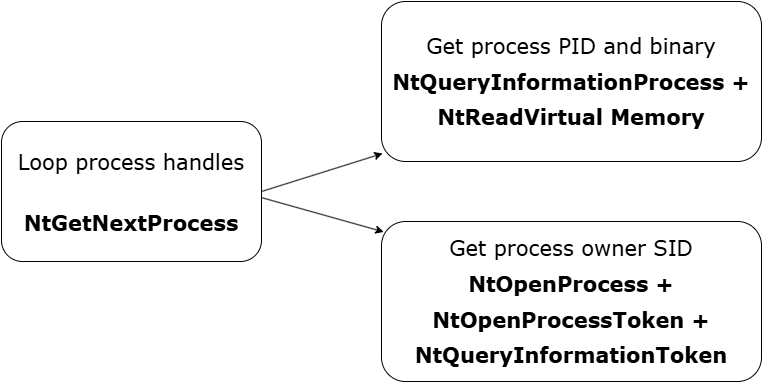
Above: images/nativetokenstealer/esquema2.png in ricardojoserf/ricardojoserf.github.io (draw.io), before the change. Source tidied: cells renumbered, new cells last; positions are measured from the earlier drawing's top-left corner, leaving out a move shared by most shapes. Its diagram source:
```xml
<mxGraphModel>
  <root>
    <mxCell id="0" />
    <mxCell id="1" parent="0" />
    <mxCell id="2" value="&lt;div style=&quot;line-height: 140%;&quot;&gt;&lt;font&gt;&lt;font style=&quot;line-height: 160%;&quot;&gt;&lt;font&gt;Loop process handles&lt;/font&gt;&lt;br style=&quot;border-color: var(--border-color);&quot;&gt;&lt;/font&gt;&lt;b&gt;&lt;br&gt;&lt;/b&gt;&lt;/font&gt;&lt;div&gt;&lt;span style=&quot;background-color: transparent;&quot;&gt;&lt;b&gt;NtGetNextProcess&lt;/b&gt;&lt;/span&gt;&lt;/div&gt;&lt;/div&gt;" style="rounded=1;whiteSpace=wrap;html=1;fontFamily=Verdana;fontSize=21;" parent="1" vertex="1">
      <mxGeometry y="120" width="260" height="140" as="geometry" />
    </mxCell>
    <mxCell id="3" value="&lt;div style=&quot;line-height: 170%;&quot;&gt;&lt;font&gt;Get process PID and binary&lt;/font&gt;&lt;div&gt;&lt;div&gt;&lt;b&gt;NtQueryInformationProcess&amp;nbsp;&lt;/b&gt;&lt;b style=&quot;background-color: transparent; color: light-dark(rgb(0, 0, 0), rgb(255, 255, 255));&quot;&gt;+&lt;/b&gt;&lt;/div&gt;&lt;div&gt;&lt;b style=&quot;background-color: transparent; color: light-dark(rgb(0, 0, 0), rgb(255, 255, 255));&quot;&gt;NtReadVirtual Memory&lt;/b&gt;&lt;/div&gt;&lt;/div&gt;&lt;/div&gt;" style="rounded=1;whiteSpace=wrap;html=1;fontFamily=Verdana;fontSize=21;" parent="1" vertex="1">
      <mxGeometry x="380" width="380" height="160" as="geometry" />
    </mxCell>
    <mxCell id="4" value="&lt;div style=&quot;line-height: 170%;&quot;&gt;&lt;div&gt;&lt;span style=&quot;background-color: transparent; color: light-dark(rgb(0, 0, 0), rgb(255, 255, 255));&quot;&gt;Get process owner SID&lt;/span&gt;&lt;/div&gt;&lt;div&gt;&lt;span style=&quot;background-color: transparent;&quot;&gt;&lt;b&gt;NtOpenProcess + NtOpenProcessToken + NtQueryInformationToken&lt;/b&gt;&lt;/span&gt;&lt;/div&gt;&lt;/div&gt;" style="rounded=1;whiteSpace=wrap;html=1;fontFamily=Verdana;fontSize=21;" parent="1" vertex="1">
      <mxGeometry x="380" y="220" width="380" height="160" as="geometry" />
    </mxCell>
    <mxCell id="5" style="endArrow=classic;html=1;rounded=0;entryX=0.003;entryY=0.95;entryDx=0;entryDy=0;entryPerimeter=0;exitX=1;exitY=0.5;exitDx=0;exitDy=0;" parent="1" edge="1" source="2" target="3">
      <mxGeometry relative="1" as="geometry" />
    </mxCell>
    <mxCell id="6" style="endArrow=classic;html=1;rounded=0;entryX=0.006;entryY=0.065;entryDx=0;entryDy=0;entryPerimeter=0;exitX=1.001;exitY=0.544;exitDx=0;exitDy=0;exitPerimeter=0;" parent="1" edge="1" source="2" target="4">
      <mxGeometry relative="1" as="geometry" />
    </mxCell>
  </root>
</mxGraphModel>
```
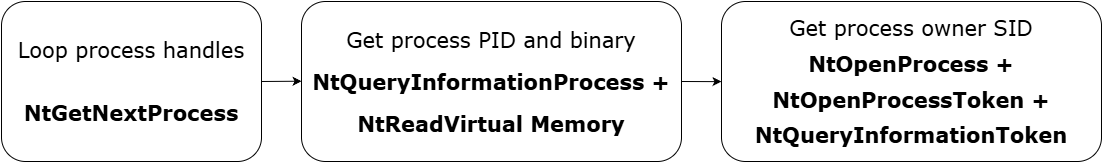
Above is the later version.

The edit, as a diff of the source:
```diff
@@ -2,20 +2,27 @@
   <root>
     <mxCell id="0" />
     <mxCell id="1" parent="0" />
-    <mxCell id="2" value="&lt;div style=&quot;line-height: 140%;&quot;&gt;&lt;font&gt;&lt;font style=&quot;line-height: 160%;&quot;&gt;&lt;font&gt;Loop process handles&lt;/font&gt;&lt;br style=&quot;border-color: var(--border-color);&quot;&gt;&lt;/font&gt;&lt;b&gt;&lt;br&gt;&lt;/b&gt;&lt;/font&gt;&lt;div&gt;&lt;span style=&quot;background-color: transparent;&quot;&gt;&lt;b&gt;NtGetNextProcess&lt;/b&gt;&lt;/span&gt;&lt;/div&gt;&lt;/div&gt;" style="rounded=1;whiteSpace=wrap;html=1;fontFamily=Verdana;fontSize=21;" parent="1" vertex="1">
-      <mxGeometry y="120" width="260" height="140" as="geometry" />
+    <mxCell id="2" value="&lt;div style=&quot;line-height: 150%;&quot;&gt;&lt;font&gt;&lt;font&gt;&lt;font&gt;Loop process handles&lt;/font&gt;&lt;br style=&quot;border-color: var(--border-color);&quot;&gt;&lt;/font&gt;&lt;b&gt;&lt;br&gt;&lt;/b&gt;&lt;/font&gt;&lt;div&gt;&lt;span style=&quot;background-color: transparent;&quot;&gt;&lt;b&gt;NtGetNextProcess&lt;/b&gt;&lt;/span&gt;&lt;/div&gt;&lt;/div&gt;" style="rounded=1;whiteSpace=wrap;html=1;fontFamily=Verdana;fontSize=21;" parent="1" vertex="1">
+      <mxGeometry x="20" y="160" width="260" height="160" as="geometry" />
     </mxCell>
-    <mxCell id="3" value="&lt;div style=&quot;line-height: 170%;&quot;&gt;&lt;font&gt;Get process PID and binary&lt;/font&gt;&lt;div&gt;&lt;div&gt;&lt;b&gt;NtQueryInformationProcess&amp;nbsp;&lt;/b&gt;&lt;b style=&quot;background-color: transparent; color: light-dark(rgb(0, 0, 0), rgb(255, 255, 255));&quot;&gt;+&lt;/b&gt;&lt;/div&gt;&lt;div&gt;&lt;b style=&quot;background-color: transparent; color: light-dark(rgb(0, 0, 0), rgb(255, 255, 255));&quot;&gt;NtReadVirtual Memory&lt;/b&gt;&lt;/div&gt;&lt;/div&gt;&lt;/div&gt;" style="rounded=1;whiteSpace=wrap;html=1;fontFamily=Verdana;fontSize=21;" parent="1" vertex="1">
-      <mxGeometry x="380" width="380" height="160" as="geometry" />
+    <mxCell id="3" value="&lt;div style=&quot;line-height: 200%;&quot;&gt;&lt;font&gt;Get process PID and binary&lt;/font&gt;&lt;div&gt;&lt;div&gt;&lt;b&gt;NtQueryInformationProcess&amp;nbsp;&lt;/b&gt;&lt;b style=&quot;background-color: transparent; color: light-dark(rgb(0, 0, 0), rgb(255, 255, 255));&quot;&gt;+&lt;/b&gt;&lt;/div&gt;&lt;div&gt;&lt;b style=&quot;background-color: transparent; color: light-dark(rgb(0, 0, 0), rgb(255, 255, 255));&quot;&gt;NtReadVirtual Memory&lt;/b&gt;&lt;/div&gt;&lt;/div&gt;&lt;/div&gt;" style="rounded=1;whiteSpace=wrap;html=1;fontFamily=Verdana;fontSize=21;" parent="1" vertex="1">
+      <mxGeometry x="320" y="160" width="380" height="160" as="geometry" />
     </mxCell>
     <mxCell id="4" value="&lt;div style=&quot;line-height: 170%;&quot;&gt;&lt;div&gt;&lt;span style=&quot;background-color: transparent; color: light-dark(rgb(0, 0, 0), rgb(255, 255, 255));&quot;&gt;Get process owner SID&lt;/span&gt;&lt;/div&gt;&lt;div&gt;&lt;span style=&quot;background-color: transparent;&quot;&gt;&lt;b&gt;NtOpenProcess + NtOpenProcessToken + NtQueryInformationToken&lt;/b&gt;&lt;/span&gt;&lt;/div&gt;&lt;/div&gt;" style="rounded=1;whiteSpace=wrap;html=1;fontFamily=Verdana;fontSize=21;" parent="1" vertex="1">
-      <mxGeometry x="380" y="220" width="380" height="160" as="geometry" />
+      <mxGeometry x="740" y="160" width="380" height="160" as="geometry" />
     </mxCell>
-    <mxCell id="5" style="endArrow=classic;html=1;rounded=0;entryX=0.003;entryY=0.95;entryDx=0;entryDy=0;entryPerimeter=0;exitX=1;exitY=0.5;exitDx=0;exitDy=0;" parent="1" edge="1" source="2" target="3">
-      <mxGeometry relative="1" as="geometry" />
-    </mxCell>
-    <mxCell id="6" style="endArrow=classic;html=1;rounded=0;entryX=0.006;entryY=0.065;entryDx=0;entryDy=0;entryPerimeter=0;exitX=1.001;exitY=0.544;exitDx=0;exitDy=0;exitPerimeter=0;" parent="1" edge="1" source="2" target="4">
-      <mxGeometry relative="1" as="geometry" />
-    </mxCell>
+    <mxCell id="7" style="endArrow=classic;html=1;rounded=0;exitX=1;exitY=0.5;exitDx=0;exitDy=0;" parent="1" edge="1" source="2">
+      <mxGeometry relative="1" as="geometry">
+        <mxPoint x="320" y="239.7" as="targetPoint" />
+      </mxGeometry>
+    </mxCell>
+    <mxCell id="8" style="endArrow=classic;html=1;rounded=0;exitX=1;exitY=0.5;exitDx=0;exitDy=0;" parent="1" edge="1" source="3">
+      <mxGeometry relative="1" as="geometry">
+        <mxPoint x="740" y="239.9" as="targetPoint" />
+        <Array as="points">
+          <mxPoint x="740" y="240.1" />
+        </Array>
+      </mxGeometry>
+    </mxCell>
   </root>
 </mxGraphModel>
```
